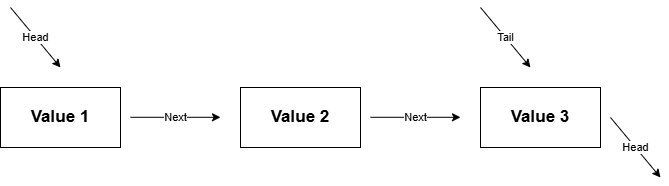
This is 07_Forward_List/Forward_List_Page.png from nourmohamd/3-Standard-Template-Library-STL, a draw.io export, as it was before one commit. Source tidied: cells renumbered, new cells last; positions are measured from the earlier drawing's top-left corner, leaving out a move shared by most shapes.
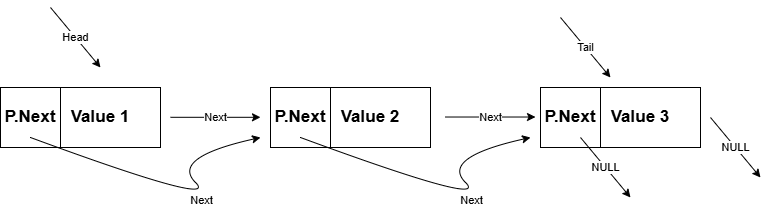
The same diagram one commit later.

Commit message:
Update 06_List.png Photo ------And------ Update 07_Forward_List.png Photo -------And-------- Type Some Methods For Forward List

The edit, as a diff of the source:
```diff
@@ -5,12 +5,6 @@
     <mxCell id="2" value="Value 1" style="rounded=0;whiteSpace=wrap;html=1;fontSize=17;fontStyle=1;" parent="1" vertex="1">
       <mxGeometry y="80" width="120" height="60" as="geometry" />
     </mxCell>
-    <mxCell id="3" value="Value 2" style="rounded=0;whiteSpace=wrap;html=1;fontSize=17;fontStyle=1;" parent="1" vertex="1">
-      <mxGeometry x="240" y="80" width="120" height="60" as="geometry" />
-    </mxCell>
-    <mxCell id="4" value="Value 3" style="rounded=0;whiteSpace=wrap;html=1;fontSize=17;fontStyle=1;" parent="1" vertex="1">
-      <mxGeometry x="480" y="80" width="120" height="60" as="geometry" />
-    </mxCell>
     <mxCell id="5" value="Next" style="endArrow=classic;html=1;rounded=0;" parent="1" edge="1">
       <mxGeometry relative="1" as="geometry">
         <mxPoint x="130" y="109.8" as="sourcePoint" />
@@ -19,8 +13,8 @@
     </mxCell>
     <mxCell id="6" value="Next" style="endArrow=classic;html=1;rounded=0;" parent="1" edge="1">
       <mxGeometry relative="1" as="geometry">
-        <mxPoint x="370" y="109.8" as="sourcePoint" />
-        <mxPoint x="460" y="109.8" as="targetPoint" />
+        <mxPoint x="405" y="109.5" as="sourcePoint" />
+        <mxPoint x="495" y="109.5" as="targetPoint" />
       </mxGeometry>
     </mxCell>
     <mxCell id="7" value="Head" style="endArrow=classic;html=1;rounded=0;" parent="1" edge="1">
@@ -31,15 +25,56 @@
     </mxCell>
     <mxCell id="8" value="Tail" style="endArrow=classic;html=1;rounded=0;" parent="1" edge="1">
       <mxGeometry relative="1" as="geometry">
-        <mxPoint x="480" as="sourcePoint" />
-        <mxPoint x="530" y="60" as="targetPoint" />
+        <mxPoint x="520" y="10" as="sourcePoint" />
+        <mxPoint x="570" y="70" as="targetPoint" />
       </mxGeometry>
     </mxCell>
+    <mxCell id="10" value="P.Next" style="rounded=0;whiteSpace=wrap;html=1;fontSize=17;fontStyle=1;" parent="1" vertex="1">
+      <mxGeometry x="-40" y="80" width="60" height="60" as="geometry" />
+    </mxCell>
+    <mxCell id="3" value="Value 2" style="rounded=0;whiteSpace=wrap;html=1;fontSize=17;fontStyle=1;" parent="1" vertex="1">
+      <mxGeometry x="270" y="80" width="120" height="60" as="geometry" />
+    </mxCell>
+    <mxCell id="11" value="P.Next" style="rounded=0;whiteSpace=wrap;html=1;fontSize=17;fontStyle=1;" parent="1" vertex="1">
+      <mxGeometry x="230" y="80" width="60" height="60" as="geometry" />
+    </mxCell>
+    <mxCell id="4" value="Value 3" style="rounded=0;whiteSpace=wrap;html=1;fontSize=17;fontStyle=1;" parent="1" vertex="1">
+      <mxGeometry x="540" y="80" width="120" height="60" as="geometry" />
+    </mxCell>
+    <mxCell id="12" value="P.Next" style="rounded=0;whiteSpace=wrap;html=1;fontSize=17;fontStyle=1;" parent="1" vertex="1">
+      <mxGeometry x="500" y="80" width="60" height="60" as="geometry" />
+    </mxCell>
-    <mxCell id="9" value="Head" style="endArrow=classic;html=1;rounded=0;" parent="1" edge="1">
+    <mxCell id="9" value="NULL" style="endArrow=classic;html=1;rounded=0;" parent="1" edge="1">
       <mxGeometry relative="1" as="geometry">
-        <mxPoint x="610" y="110" as="sourcePoint" />
-        <mxPoint x="660" y="170" as="targetPoint" />
+        <mxPoint x="540" y="130" as="sourcePoint" />
+        <mxPoint x="590" y="190" as="targetPoint" />
       </mxGeometry>
     </mxCell>
+    <mxCell id="13" value="Next" style="curved=1;endArrow=classic;html=1;rounded=0;exitX=0.5;exitY=1;exitDx=0;exitDy=0;" parent="1" edge="1">
+      <mxGeometry relative="1" as="geometry">
+        <mxPoint x="260" y="130" as="sourcePoint" />
+        <mxPoint x="490" y="130" as="targetPoint" />
+        <Array as="points">
+          <mxPoint x="450" y="200" />
+          <mxPoint x="400" y="150" />
+        </Array>
+      </mxGeometry>
+    </mxCell>
+    <mxCell id="14" value="Next" style="curved=1;endArrow=classic;html=1;rounded=0;exitX=0.5;exitY=1;exitDx=0;exitDy=0;" parent="1" edge="1">
+      <mxGeometry relative="1" as="geometry">
+        <mxPoint x="-10" y="130" as="sourcePoint" />
+        <mxPoint x="220" y="130" as="targetPoint" />
+        <Array as="points">
+          <mxPoint x="180" y="200" />
+          <mxPoint x="130" y="150" />
+        </Array>
+      </mxGeometry>
+    </mxCell>
+    <mxCell id="15" value="NULL" style="endArrow=classic;html=1;rounded=0;" parent="1" edge="1">
+      <mxGeometry relative="1" as="geometry">
+        <mxPoint x="670" y="110" as="sourcePoint" />
+        <mxPoint x="720" y="170" as="targetPoint" />
+      </mxGeometry>
+    </mxCell>
   </root>
 </mxGraphModel>
```
